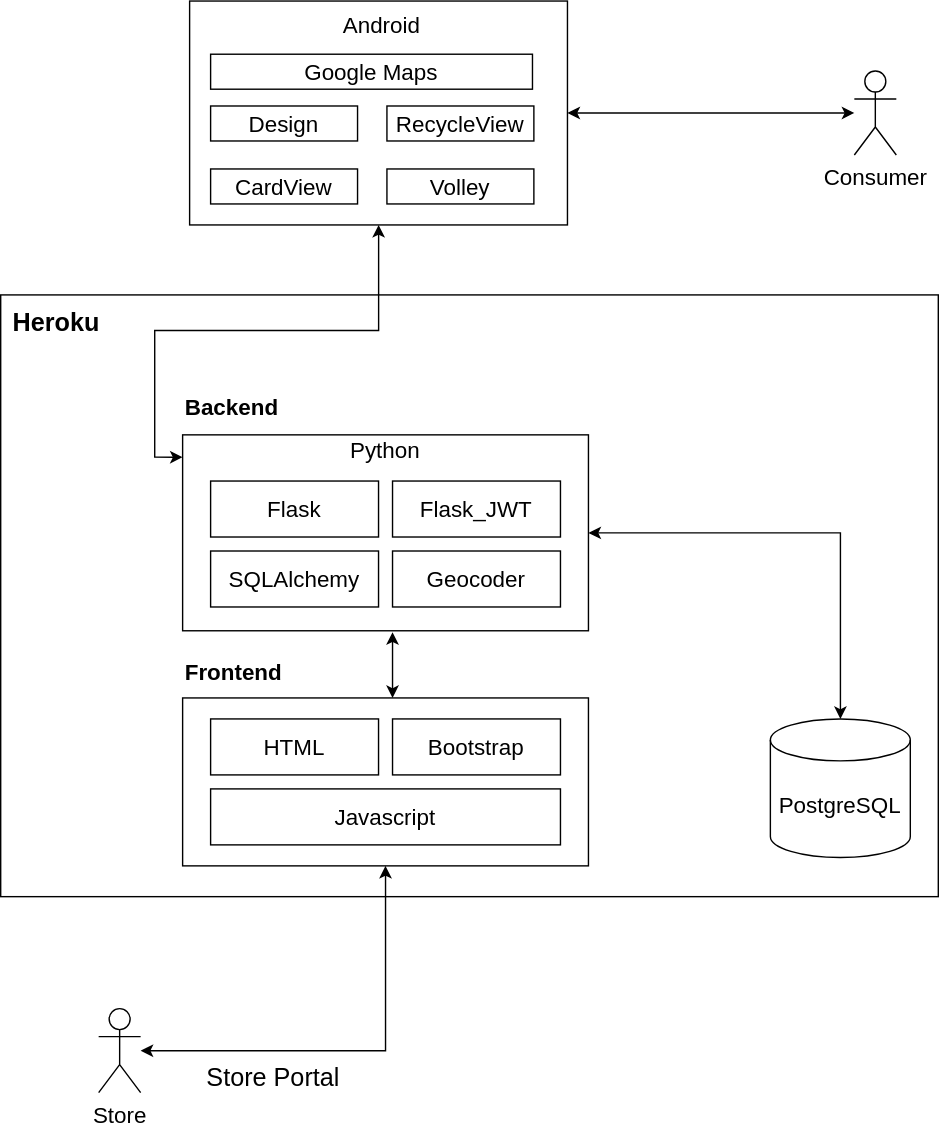
Before: images/conceptual.svg, a diagram exported from draw.io (nadeemhemani/CSC-4350). Source tidied: cells renumbered, new cells last; positions are measured from the earlier drawing's top-left corner, leaving out a move shared by most shapes.
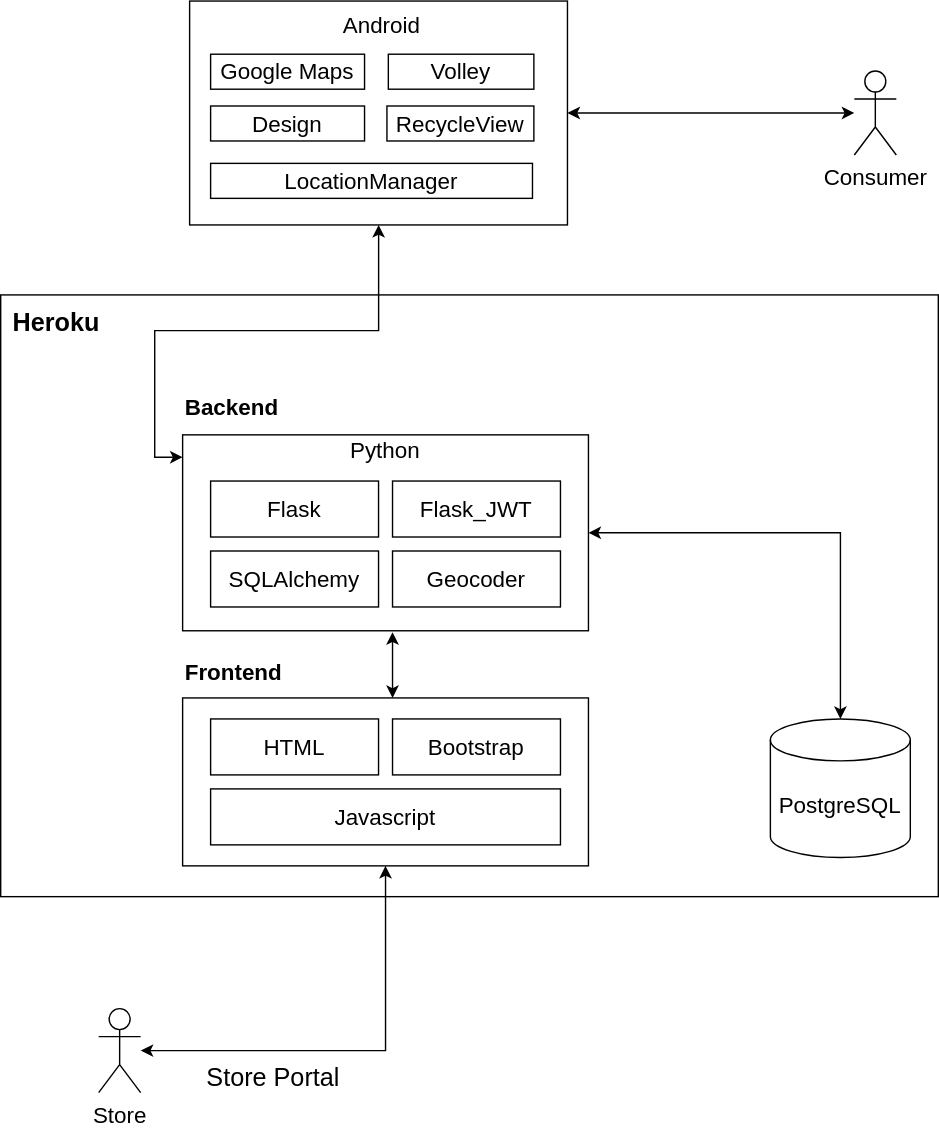
After the commit.

Commit message:
conceptual design updates

The edit, as a diff of the source:
```diff
@@ -75,25 +75,25 @@
       <mxGeometry x="135" y="7" width="275" height="20" as="geometry" />
     </mxCell>
     <mxCell id="26" value="Design" style="rounded=0;whiteSpace=wrap;html=1;fontSize=16;" parent="1" vertex="1">
-      <mxGeometry x="150" y="75" width="105" height="25" as="geometry" />
+      <mxGeometry x="150" y="75" width="110" height="25" as="geometry" />
     </mxCell>
     <mxCell id="27" value="RecycleView" style="rounded=0;whiteSpace=wrap;html=1;fontSize=16;" parent="1" vertex="1">
       <mxGeometry x="276" y="75" width="105" height="25" as="geometry" />
     </mxCell>
-    <mxCell id="28" value="CardView" style="rounded=0;whiteSpace=wrap;html=1;fontSize=16;" parent="1" vertex="1">
-      <mxGeometry x="150" y="120" width="105" height="25" as="geometry" />
+    <mxCell id="28" value="LocationManager" style="rounded=0;whiteSpace=wrap;html=1;fontSize=16;" parent="1" vertex="1">
+      <mxGeometry x="150" y="116" width="230" height="25" as="geometry" />
     </mxCell>
-    <mxCell id="29" value="Volley" style="rounded=0;whiteSpace=wrap;html=1;fontSize=16;" parent="1" vertex="1">
-      <mxGeometry x="276" y="120" width="105" height="25" as="geometry" />
+    <mxCell id="29" style="endArrow=classic;html=1;fontSize=18;startArrow=classic;startFill=1;endFill=1;" parent="1" edge="1">
+      <mxGeometry relative="1" as="geometry">
+        <mxPoint x="280" y="498" as="sourcePoint" />
+        <mxPoint x="280" y="451" as="targetPoint" />
+      </mxGeometry>
     </mxCell>
-    <mxCell id="30" style="endArrow=classic;html=1;fontSize=18;startArrow=classic;startFill=1;endFill=1;" parent="1" edge="1">
-      <mxGeometry relative="1" as="geometry">
-        <mxPoint x="280" y="498" as="sourcePoint" />
-        <mxPoint x="280" y="451" as="targetPoint" />
-      </mxGeometry>
+    <mxCell id="30" value="Google Maps" style="rounded=0;whiteSpace=wrap;html=1;fontSize=16;" parent="1" vertex="1">
+      <mxGeometry x="150" y="38" width="110" height="25" as="geometry" />
     </mxCell>
-    <mxCell id="31" value="Google Maps" style="rounded=0;whiteSpace=wrap;html=1;fontSize=16;" parent="1" vertex="1">
-      <mxGeometry x="150" y="38" width="230" height="25" as="geometry" />
+    <mxCell id="31" value="Volley" style="rounded=0;whiteSpace=wrap;html=1;fontSize=16;" parent="1" vertex="1">
+      <mxGeometry x="277" y="38" width="104" height="25" as="geometry" />
     </mxCell>
   </root>
 </mxGraphModel>
```
